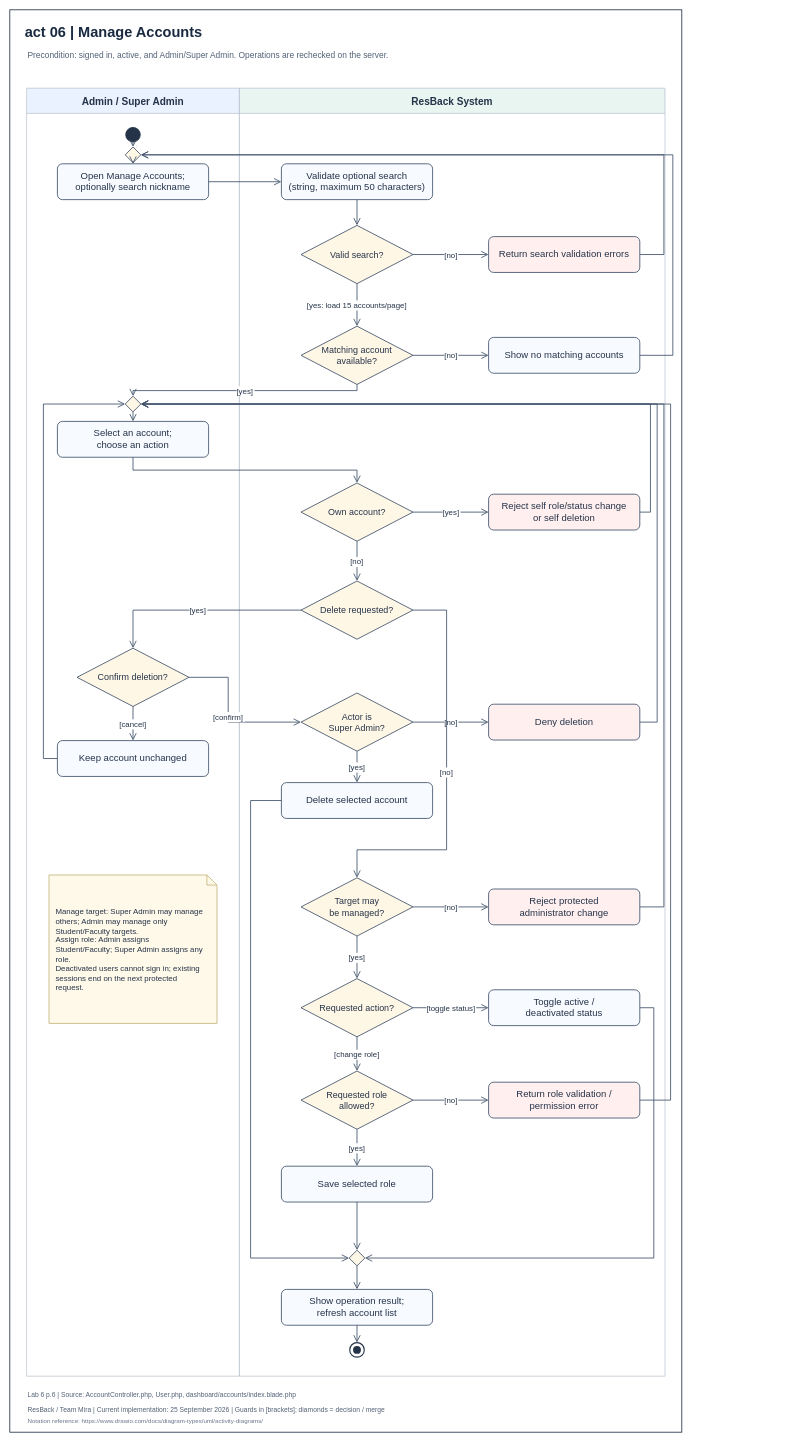
Joshua12393/resback-system keeps this draw.io diagram as page "06 Manage Accounts" (6 of 12) of diagrams/activity/resback-activity-diagrams-cleaned.drawio. Above is the earlier version. Source tidied: cells renumbered, new cells numbered last; positions are measured from the earlier drawing's top-left corner, leaving out a move shared by most shapes. Both pictures are drawn from the tidied source at 56%, with x=0, y=0 at pixel (10, 10).
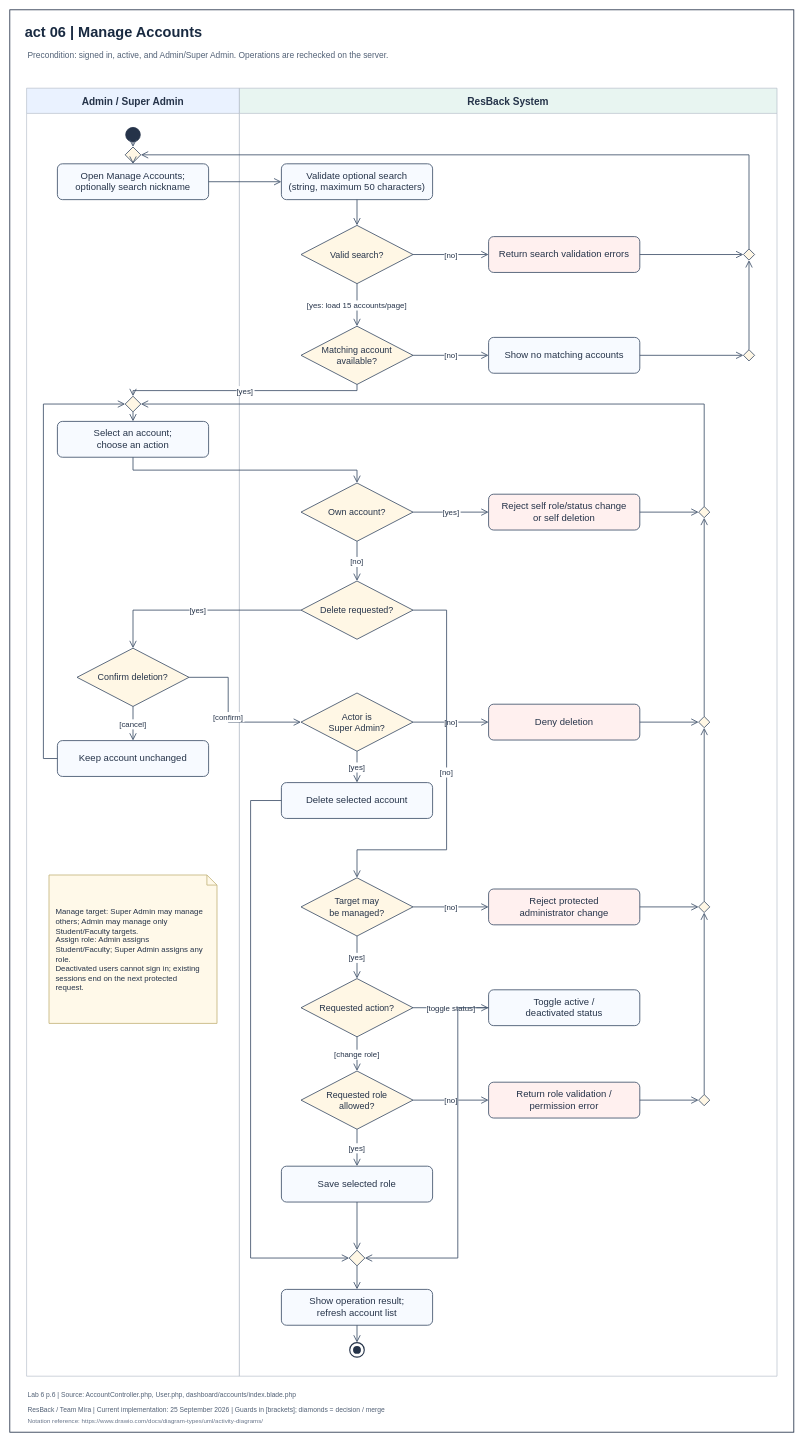
The same diagram, later.

The change refers to these unchanged cells:
```xml
<mxCell id="14" value="Return search validation errors" style="fontFamily=Arial;html=0;fontColor=#253349;whiteSpace=wrap;align=center;verticalAlign=middle;spacing=8;fontSize=17;strokeColor=#40526a;strokeWidth=1.5;rounded=1;arcSize=18;absoluteArcSize=1;fillColor=#fff0ef;" parent="6" vertex="1">
  <mxGeometry x="445" y="265" width="270" height="64" as="geometry" />
</mxCell>
<mxCell id="16" value="Show no matching accounts" style="fontFamily=Arial;html=0;fontColor=#253349;whiteSpace=wrap;align=center;verticalAlign=middle;spacing=8;fontSize=17;strokeColor=#40526a;strokeWidth=1.5;rounded=1;arcSize=18;absoluteArcSize=1;fillColor=#f7faff;" parent="6" vertex="1">
  <mxGeometry x="445" y="445" width="270" height="64" as="geometry" />
</mxCell>
<mxCell id="19" value="Reject self role/status change&#10;or self deletion" style="fontFamily=Arial;html=0;fontColor=#253349;whiteSpace=wrap;align=center;verticalAlign=middle;spacing=8;fontSize=17;strokeColor=#40526a;strokeWidth=1.5;rounded=1;arcSize=18;absoluteArcSize=1;fillColor=#fff0ef;" parent="6" vertex="1">
  <mxGeometry x="445" y="725" width="270" height="64" as="geometry" />
</mxCell>
<mxCell id="24" value="Deny deletion" style="fontFamily=Arial;html=0;fontColor=#253349;whiteSpace=wrap;align=center;verticalAlign=middle;spacing=8;fontSize=17;strokeColor=#40526a;strokeWidth=1.5;rounded=1;arcSize=18;absoluteArcSize=1;fillColor=#fff0ef;" parent="6" vertex="1">
  <mxGeometry x="445" y="1100" width="270" height="64" as="geometry" />
</mxCell>
<mxCell id="27" value="Reject protected&#10;administrator change" style="fontFamily=Arial;html=0;fontColor=#253349;whiteSpace=wrap;align=center;verticalAlign=middle;spacing=8;fontSize=17;strokeColor=#40526a;strokeWidth=1.5;rounded=1;arcSize=18;absoluteArcSize=1;fillColor=#fff0ef;" parent="6" vertex="1">
  <mxGeometry x="445" y="1430" width="270" height="64" as="geometry" />
</mxCell>
<mxCell id="30" value="Toggle active /&#10;deactivated status" style="fontFamily=Arial;html=0;fontColor=#253349;whiteSpace=wrap;align=center;verticalAlign=middle;spacing=8;fontSize=17;strokeColor=#40526a;strokeWidth=1.5;rounded=1;arcSize=18;absoluteArcSize=1;fillColor=#f7faff;" parent="6" vertex="1">
  <mxGeometry x="445" y="1610" width="270" height="64" as="geometry" />
</mxCell>
<mxCell id="31" value="Return role validation /&#10;permission error" style="fontFamily=Arial;html=0;fontColor=#253349;whiteSpace=wrap;align=center;verticalAlign=middle;spacing=8;fontSize=17;strokeColor=#40526a;strokeWidth=1.5;rounded=1;arcSize=18;absoluteArcSize=1;fillColor=#fff0ef;" parent="6" vertex="1">
  <mxGeometry x="445" y="1775" width="270" height="64" as="geometry" />
</mxCell>
<mxCell id="33" style="fontFamily=Arial;html=0;fontColor=#253349;whiteSpace=wrap;align=center;verticalAlign=middle;spacing=8;fontSize=17;strokeColor=#40526a;strokeWidth=1.5;shape=rhombus;fillColor=#fff7e5;fontSize=16;spacing=0;" parent="6" vertex="1">
  <mxGeometry x="196" y="2075" width="28" height="28" as="geometry" />
</mxCell>
<mxCell id="64" style="fontFamily=Arial;shape=rhombus;fillColor=#fff7e5;strokeColor=#40526a;strokeWidth=1.5;" parent="5" vertex="1">
  <mxGeometry x="176" y="105" width="28" height="28" as="geometry" />
</mxCell>
<mxCell id="66" style="fontFamily=Arial;shape=rhombus;fillColor=#fff7e5;strokeColor=#40526a;strokeWidth=1.5;" parent="5" vertex="1">
  <mxGeometry x="176" y="550" width="28" height="28" as="geometry" />
</mxCell>
```

Diff of the diagram source:
```diff
@@
     <mxCell id="2" style="fontFamily=Arial;html=0;fontColor=#253349;rounded=0;fillColor=#ffffff;strokeColor=#253349;strokeWidth=1.5;" parent="1" vertex="1">
-      <mxGeometry width="1200" height="2540" as="geometry" />
+      <mxGeometry width="1400" height="2540" as="geometry" />
     </mxCell>
@@
     <mxCell id="6" value="ResBack System" style="fontFamily=Arial;html=0;fontColor=#253349;shape=swimlane;horizontal=1;startSize=45;fillColor=#e8f5f1;swimlaneFillColor=#ffffff;strokeColor=#a8b3c1;strokeWidth=1;fontSize=18;fontStyle=1;" parent="1" vertex="1">
-      <mxGeometry x="410" y="140" width="760" height="2300" as="geometry" />
+      <mxGeometry x="410" y="140" width="960" height="2300" as="geometry" />
     </mxCell>
@@
-    <mxCell id="60" style="edgeStyle=none;rounded=0;html=0;endArrow=open;endFill=0;endSize=10;strokeColor=#40526a;strokeWidth=1.5;fontSize=14;fontFamily=Arial;fontColor=#253349;labelBackgroundColor=#ffffff;exitX=1;exitY=0.5;entryX=1;entryY=0.5;exitPerimeter=0;entryPerimeter=0;" parent="1" edge="1" source="30" target="33">
+    <mxCell id="60" style="edgeStyle=none;rounded=0;html=0;endArrow=open;endFill=0;endSize=10;strokeColor=#40526a;strokeWidth=1.5;fontSize=14;fontFamily=Arial;fontColor=#253349;labelBackgroundColor=#ffffff;exitX=0;exitY=0.5;entryX=1;entryY=0.5;exitPerimeter=0;entryPerimeter=0;" parent="1" edge="1" source="30" target="33">
       <mxGeometry relative="1" as="geometry">
         <Array as="points">
-          <mxPoint x="1150" y="1782" />
-          <mxPoint x="1150" y="2229" />
+          <mxPoint x="800" y="1782" />
+          <mxPoint x="800" y="2229" />
         </Array>
       </mxGeometry>
     </mxCell>
@@
-    <mxCell id="69" style="edgeStyle=none;rounded=0;html=0;endArrow=open;endFill=0;endSize=10;strokeColor=#40526a;strokeWidth=1.5;fontSize=14;fontFamily=Arial;fontColor=#253349;labelBackgroundColor=#ffffff;exitX=1;exitY=0.5;entryX=1;entryY=0.5;exitPerimeter=0;entryPerimeter=0;" parent="1" edge="1" source="14" target="64">
-      <mxGeometry relative="1" as="geometry">
-        <Array as="points">
-          <mxPoint x="1168" y="437" />
-          <mxPoint x="1168" y="259" />
-        </Array>
-      </mxGeometry>
+    <mxCell id="69" style="edgeStyle=none;rounded=0;html=0;endArrow=open;endFill=0;endSize=10;strokeColor=#40526a;strokeWidth=1.5;exitX=1;exitY=0.5;entryX=0;entryY=0.5;" parent="1" edge="1" source="14" target="84">
+      <mxGeometry relative="1" as="geometry" />
     </mxCell>
-    <mxCell id="70" style="edgeStyle=none;rounded=0;html=0;endArrow=open;endFill=0;endSize=10;strokeColor=#40526a;strokeWidth=1.5;fontSize=14;fontFamily=Arial;fontColor=#253349;labelBackgroundColor=#ffffff;exitX=1;exitY=0.5;entryX=1;entryY=0.5;exitPerimeter=0;entryPerimeter=0;" parent="1" edge="1" source="16" target="64">
-      <mxGeometry relative="1" as="geometry">
-        <Array as="points">
-          <mxPoint x="1184" y="617" />
-          <mxPoint x="1184" y="259" />
-        </Array>
-      </mxGeometry>
+    <mxCell id="70" style="edgeStyle=none;rounded=0;html=0;endArrow=open;endFill=0;endSize=10;strokeColor=#40526a;strokeWidth=1.5;exitX=1;exitY=0.5;entryX=0;entryY=0.5;" parent="1" edge="1" source="16" target="85">
+      <mxGeometry relative="1" as="geometry" />
     </mxCell>
-    <mxCell id="71" style="edgeStyle=none;rounded=0;html=0;endArrow=open;endFill=0;endSize=10;strokeColor=#40526a;strokeWidth=1.5;fontSize=14;fontFamily=Arial;fontColor=#253349;labelBackgroundColor=#ffffff;exitX=1;exitY=0.5;entryX=1;entryY=0.5;exitPerimeter=0;entryPerimeter=0;" parent="1" edge="1" source="19" target="66">
-      <mxGeometry relative="1" as="geometry">
-        <Array as="points">
-          <mxPoint x="1144" y="897" />
-          <mxPoint x="1144" y="704" />
-        </Array>
-      </mxGeometry>
+    <mxCell id="71" style="edgeStyle=none;rounded=0;html=0;endArrow=open;endFill=0;endSize=10;strokeColor=#40526a;strokeWidth=1.5;exitX=1;exitY=0.5;entryX=0;entryY=0.5;" parent="1" edge="1" source="19" target="76">
+      <mxGeometry relative="1" as="geometry" />
     </mxCell>
-    <mxCell id="72" style="edgeStyle=none;rounded=0;html=0;endArrow=open;endFill=0;endSize=10;strokeColor=#40526a;strokeWidth=1.5;fontSize=14;fontFamily=Arial;fontColor=#253349;labelBackgroundColor=#ffffff;exitX=1;exitY=0.5;entryX=1;entryY=0.5;exitPerimeter=0;entryPerimeter=0;" parent="1" edge="1" source="24" target="66">
-      <mxGeometry relative="1" as="geometry">
-        <Array as="points">
-          <mxPoint x="1156" y="1272" />
-          <mxPoint x="1156" y="704" />
-        </Array>
-      </mxGeometry>
+    <mxCell id="72" style="edgeStyle=none;rounded=0;html=0;endArrow=open;endFill=0;endSize=10;strokeColor=#40526a;strokeWidth=1.5;exitX=1;exitY=0.5;entryX=0;entryY=0.5;" parent="1" edge="1" source="24" target="77">
+      <mxGeometry relative="1" as="geometry" />
     </mxCell>
-    <mxCell id="73" style="edgeStyle=none;rounded=0;html=0;endArrow=open;endFill=0;endSize=10;strokeColor=#40526a;strokeWidth=1.5;fontSize=14;fontFamily=Arial;fontColor=#253349;labelBackgroundColor=#ffffff;exitX=1;exitY=0.5;entryX=1;entryY=0.5;exitPerimeter=0;entryPerimeter=0;" parent="1" edge="1" source="27" target="66">
-      <mxGeometry relative="1" as="geometry">
-        <Array as="points">
-          <mxPoint x="1168" y="1602" />
-          <mxPoint x="1168" y="704" />
-        </Array>
-      </mxGeometry>
+    <mxCell id="73" style="edgeStyle=none;rounded=0;html=0;endArrow=open;endFill=0;endSize=10;strokeColor=#40526a;strokeWidth=1.5;exitX=1;exitY=0.5;entryX=0;entryY=0.5;" parent="1" edge="1" source="27" target="78">
+      <mxGeometry relative="1" as="geometry" />
     </mxCell>
-    <mxCell id="74" style="edgeStyle=none;rounded=0;html=0;endArrow=open;endFill=0;endSize=10;strokeColor=#40526a;strokeWidth=1.5;fontSize=14;fontFamily=Arial;fontColor=#253349;labelBackgroundColor=#ffffff;exitX=1;exitY=0.5;entryX=1;entryY=0.5;exitPerimeter=0;entryPerimeter=0;" parent="1" edge="1" source="31" target="66">
-      <mxGeometry relative="1" as="geometry">
-        <Array as="points">
-          <mxPoint x="1180" y="1947" />
-          <mxPoint x="1180" y="704" />
-        </Array>
-      </mxGeometry>
+    <mxCell id="74" style="edgeStyle=none;rounded=0;html=0;endArrow=open;endFill=0;endSize=10;strokeColor=#40526a;strokeWidth=1.5;exitX=1;exitY=0.5;entryX=0;entryY=0.5;" parent="1" edge="1" source="31" target="79">
+      <mxGeometry relative="1" as="geometry" />
     </mxCell>
@@
+    <mxCell id="76" style="fontFamily=Arial;shape=rhombus;fillColor=#fff7e5;strokeColor=#40526a;strokeWidth=1.5;" parent="1" vertex="1">
+      <mxGeometry x="1230" y="887" width="20" height="20" as="geometry" />
+    </mxCell>
+    <mxCell id="77" style="fontFamily=Arial;shape=rhombus;fillColor=#fff7e5;strokeColor=#40526a;strokeWidth=1.5;" parent="1" vertex="1">
+      <mxGeometry x="1230" y="1262" width="20" height="20" as="geometry" />
+    </mxCell>
+    <mxCell id="78" style="fontFamily=Arial;shape=rhombus;fillColor=#fff7e5;strokeColor=#40526a;strokeWidth=1.5;" parent="1" vertex="1">
+      <mxGeometry x="1230" y="1592" width="20" height="20" as="geometry" />
+    </mxCell>
+    <mxCell id="79" style="fontFamily=Arial;shape=rhombus;fillColor=#fff7e5;strokeColor=#40526a;strokeWidth=1.5;" parent="1" vertex="1">
+      <mxGeometry x="1230" y="1937" width="20" height="20" as="geometry" />
+    </mxCell>
+    <mxCell id="80" style="edgeStyle=none;rounded=0;html=0;endArrow=open;endFill=0;endSize=10;strokeColor=#40526a;strokeWidth=1.5;exitX=0.5;exitY=0;entryX=0.5;entryY=1;" parent="1" edge="1" source="79" target="78">
+      <mxGeometry relative="1" as="geometry" />
+    </mxCell>
+    <mxCell id="81" style="edgeStyle=none;rounded=0;html=0;endArrow=open;endFill=0;endSize=10;strokeColor=#40526a;strokeWidth=1.5;exitX=0.5;exitY=0;entryX=0.5;entryY=1;" parent="1" edge="1" source="78" target="77">
+      <mxGeometry relative="1" as="geometry" />
+    </mxCell>
+    <mxCell id="82" style="edgeStyle=none;rounded=0;html=0;endArrow=open;endFill=0;endSize=10;strokeColor=#40526a;strokeWidth=1.5;exitX=0.5;exitY=0;entryX=0.5;entryY=1;" parent="1" edge="1" source="77" target="76">
+      <mxGeometry relative="1" as="geometry" />
+    </mxCell>
+    <mxCell id="83" style="edgeStyle=none;rounded=0;html=0;endArrow=open;endFill=0;endSize=10;strokeColor=#40526a;strokeWidth=1.5;exitX=0.5;exitY=0;entryX=1;entryY=0.5;" parent="1" edge="1" source="76" target="66">
+      <mxGeometry relative="1" as="geometry">
+        <Array as="points">
+          <mxPoint x="1240" y="704" />
+        </Array>
+      </mxGeometry>
+    </mxCell>
+    <mxCell id="84" style="fontFamily=Arial;shape=rhombus;fillColor=#fff7e5;strokeColor=#40526a;strokeWidth=1.5;" parent="1" vertex="1">
+      <mxGeometry x="1310" y="427" width="20" height="20" as="geometry" />
+    </mxCell>
+    <mxCell id="85" style="fontFamily=Arial;shape=rhombus;fillColor=#fff7e5;strokeColor=#40526a;strokeWidth=1.5;" parent="1" vertex="1">
+      <mxGeometry x="1310" y="607" width="20" height="20" as="geometry" />
+    </mxCell>
+    <mxCell id="86" style="edgeStyle=none;rounded=0;html=0;endArrow=open;endFill=0;endSize=10;strokeColor=#40526a;strokeWidth=1.5;exitX=0.5;exitY=0;entryX=0.5;entryY=1;" parent="1" edge="1" source="85" target="84">
+      <mxGeometry relative="1" as="geometry" />
+    </mxCell>
+    <mxCell id="87" style="edgeStyle=none;rounded=0;html=0;endArrow=open;endFill=0;endSize=10;strokeColor=#40526a;strokeWidth=1.5;exitX=0.5;exitY=0;entryX=1;entryY=0.5;" parent="1" edge="1" source="84" target="64">
+      <mxGeometry relative="1" as="geometry">
+        <Array as="points">
+          <mxPoint x="1320" y="259" />
+        </Array>
+      </mxGeometry>
+    </mxCell>
```
